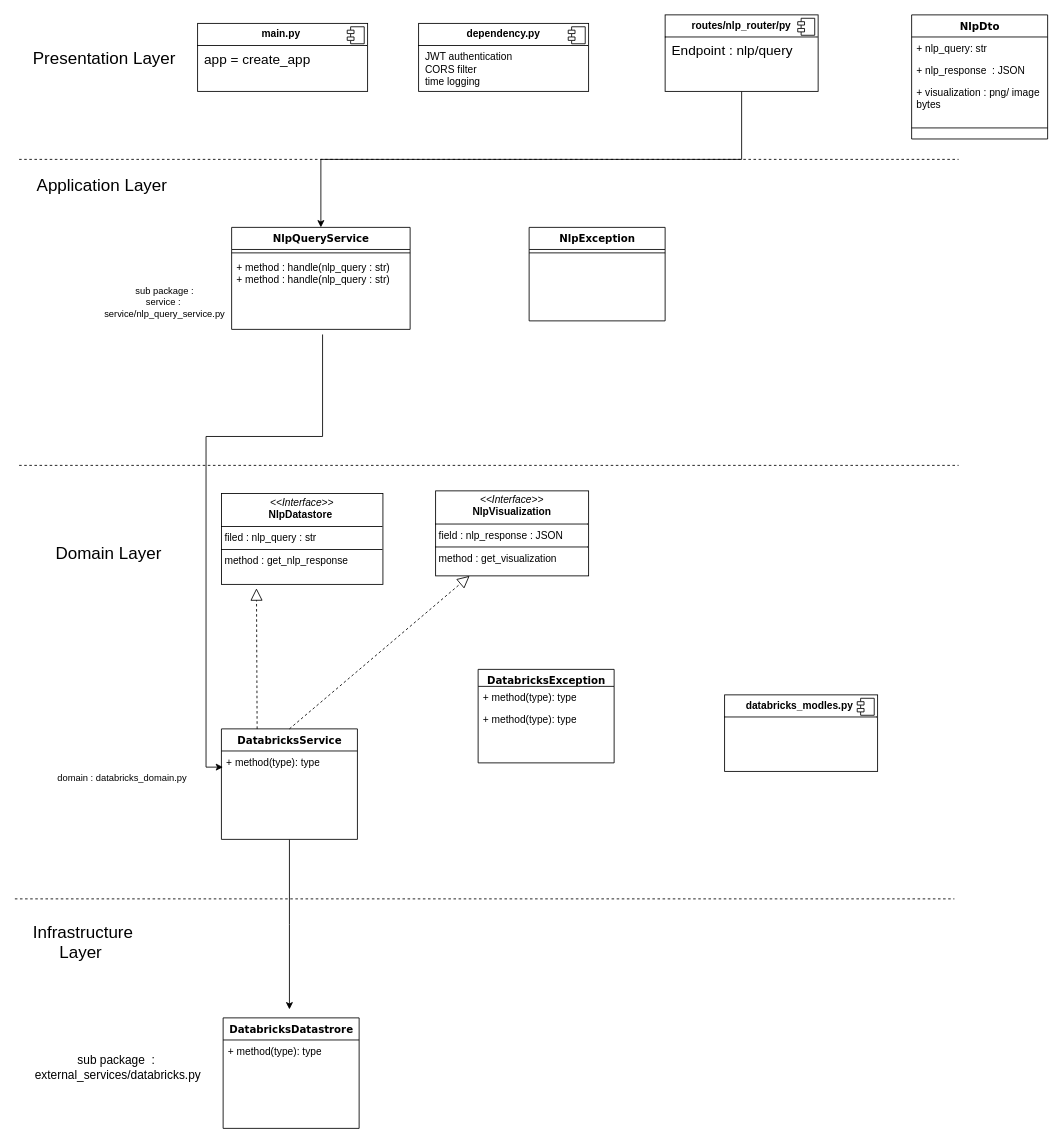
Earlier version of the draw.io diagram Untitled Diagram.drawio (Satvik-digicert/semantic-kernel-poc). Source tidied: cells renumbered, new cells numbered last; positions are measured from the earlier drawing's top-left corner, leaving out a move shared by most shapes. Both pictures are drawn from the tidied source at 85%, with x=0, y=0 at pixel (14, 14).
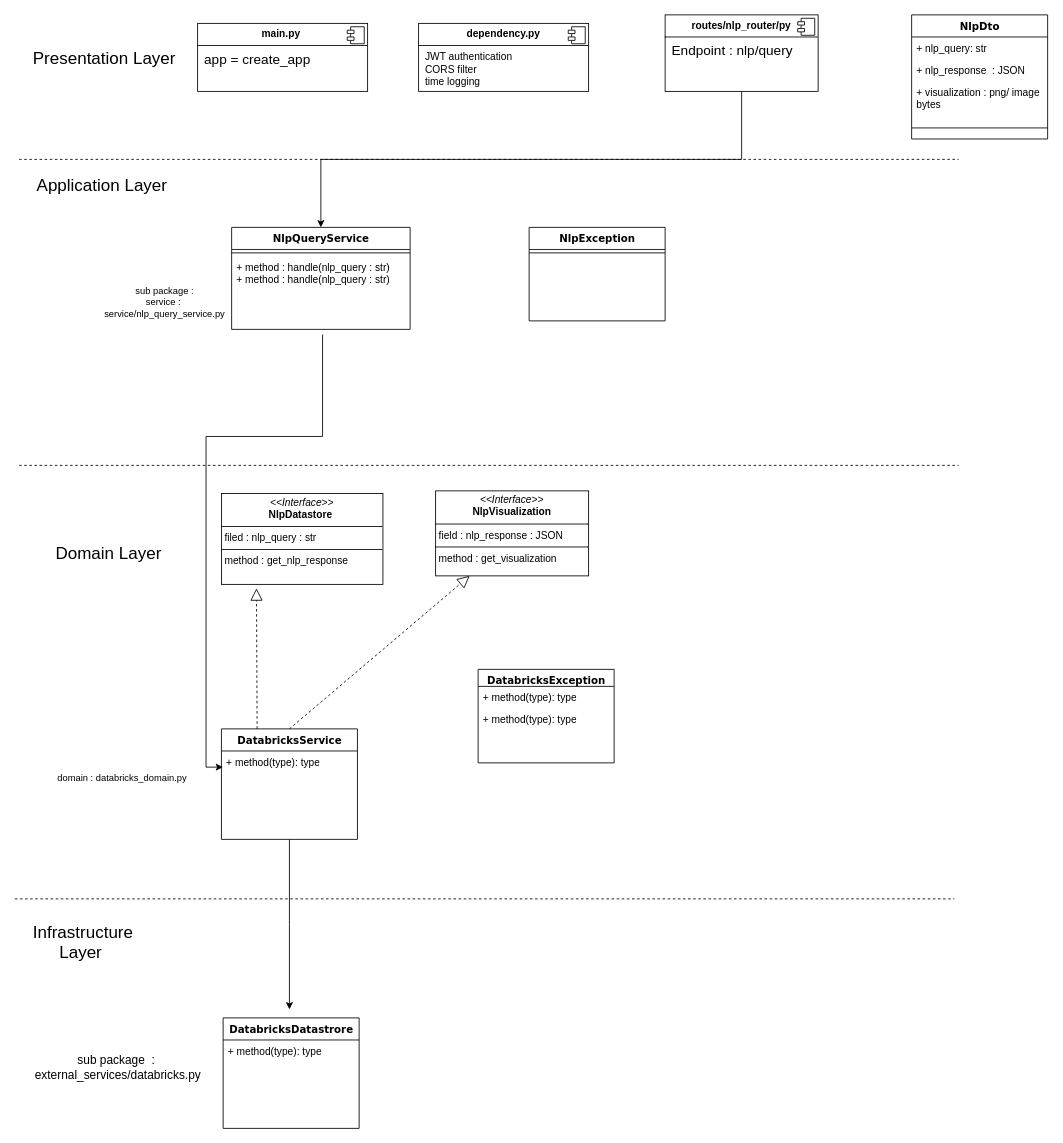
After the change.

What changed in the source:
```diff
@@
-    <mxCell id="42" value="&lt;p style=&quot;text-align: center; margin: 6px 0px 0px;&quot;&gt;&lt;span style=&quot;background-color: transparent; text-align: left;&quot;&gt;&lt;b&gt;databricks_modles.py&amp;nbsp;&lt;/b&gt;&lt;/span&gt;&lt;/p&gt;&lt;hr size=&quot;1&quot; style=&quot;border-style:solid;&quot;&gt;&lt;p style=&quot;margin:0px;margin-left:8px;&quot;&gt;&lt;br&gt;&lt;/p&gt;" style="align=left;overflow=fill;html=1;whiteSpace=wrap;" parent="1" vertex="1">
-      <mxGeometry x="835" y="800" width="180" height="90" as="geometry" />
-    </mxCell>
-    <mxCell id="43" style="shape=component;jettyWidth=8;jettyHeight=4;" parent="42" vertex="1">
-      <mxGeometry x="1" width="20" height="20" relative="1" as="geometry">
-        <mxPoint x="-24" y="4" as="offset" />
-      </mxGeometry>
-    </mxCell>
```
